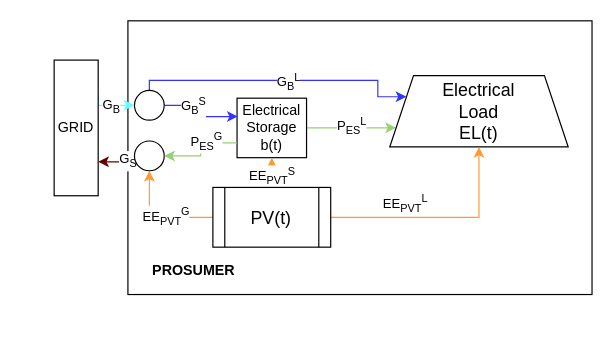
Above: EL.drawio in neethumaya/RoughWork (draw.io), before the change. Source tidied: cells renumbered, new cells numbered last; positions are measured from the earlier drawing's top-left corner, leaving out a move shared by most shapes. Both pictures are drawn from the tidied source at 119%, with x=0, y=0 at pixel (54, 20).
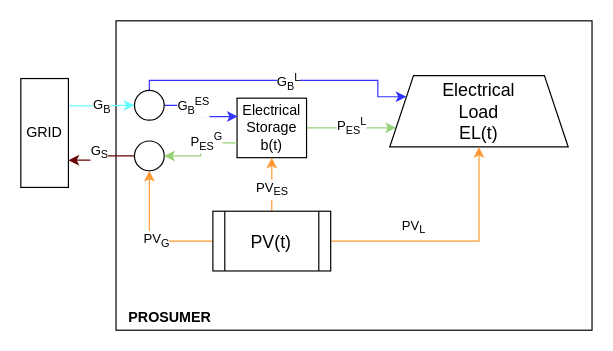
The same diagram, later.

Unchanged cells that the change refers to:
```xml
<mxCell id="9" value="Electrical &lt;br&gt;Load&lt;br&gt;EL(t)" style="shape=trapezoid;perimeter=trapezoidPerimeter;whiteSpace=wrap;html=1;fixedSize=1;fontSize=15;" parent="1" vertex="1">
  <mxGeometry x="282" y="46" width="150" height="60" as="geometry" />
</mxCell>
<mxCell id="10" style="edgeStyle=orthogonalEdgeStyle;rounded=0;jettySize=auto;html=1;exitX=0;exitY=0.5;exitDx=0;exitDy=0;entryX=0.5;entryY=1;entryDx=0;entryDy=0;strokeColor=#FF9933;" parent="1" edge="1" source="16" target="24">
  <mxGeometry relative="1" as="geometry" />
</mxCell>
<mxCell id="12" style="edgeStyle=orthogonalEdgeStyle;rounded=0;jettySize=auto;html=1;exitX=0.5;exitY=0;exitDx=0;exitDy=0;strokeColor=#FF9933;" parent="1" edge="1" source="16" target="8">
  <mxGeometry relative="1" as="geometry">
    <Array as="points">
      <mxPoint x="183" y="130" />
      <mxPoint x="183" y="130" />
    </Array>
  </mxGeometry>
</mxCell>
<mxCell id="19" style="edgeStyle=orthogonalEdgeStyle;rounded=0;jettySize=auto;html=1;exitX=1;exitY=0.5;exitDx=0;exitDy=0;entryX=0.01;entryY=0.309;entryDx=0;entryDy=0;strokeColor=#3333FF;entryPerimeter=0;" parent="1" edge="1" source="21" target="8">
  <mxGeometry relative="1" as="geometry" />
</mxCell>
<mxCell id="24" style="ellipse;whiteSpace=wrap;html=1;" parent="1" vertex="1">
  <mxGeometry x="67.5" y="101" width="25" height="25" as="geometry" />
</mxCell>
```

The edit, as a diff of the source:
```diff
@@
     <mxCell id="2" style="rounded=0;whiteSpace=wrap;html=1;" parent="1" vertex="1">
-      <mxGeometry x="62" width="390" height="230" as="geometry" />
+      <mxGeometry x="52" width="400" height="260" as="geometry" />
     </mxCell>
@@
     <mxCell id="5" value="GRID" style="rounded=0;whiteSpace=wrap;html=1;fontSize=12;" parent="1" vertex="1">
-      <mxGeometry y="33" width="37" height="114" as="geometry" />
+      <mxGeometry x="-28" y="48.5" width="40" height="91.5" as="geometry" />
     </mxCell>
@@
-    <mxCell id="11" value="EE&lt;sub&gt;PVT&lt;/sub&gt;&lt;sup&gt;G&lt;/sup&gt;" style="edgeLabel;html=1;align=center;verticalAlign=middle;" parent="10" vertex="1">
+    <mxCell id="11" value="PV&lt;sub&gt;G&lt;/sub&gt;" style="edgeLabel;html=1;align=center;verticalAlign=middle;" parent="10" vertex="1">
       <mxGeometry x="-0.14" y="-1" relative="1" as="geometry" />
     </mxCell>
@@
-    <mxCell id="13" value="EE&lt;sub&gt;PVT&lt;/sub&gt;&lt;sup&gt;S&lt;/sup&gt;" style="edgeLabel;html=1;align=center;verticalAlign=middle;" parent="12" vertex="1">
+    <mxCell id="13" value="PV&lt;sub&gt;ES&lt;/sub&gt;" style="edgeLabel;html=1;align=center;verticalAlign=middle;" parent="12" vertex="1">
       <mxGeometry x="-0.17" relative="1" as="geometry" />
     </mxCell>
     <mxCell id="14" style="edgeStyle=orthogonalEdgeStyle;rounded=0;jettySize=auto;html=1;exitX=1;exitY=0.5;exitDx=0;exitDy=0;strokeColor=#FF9933;entryX=0.5;entryY=1;entryDx=0;entryDy=0;" parent="1" edge="1" source="16" target="9">
       <mxGeometry relative="1" as="geometry">
         <Array as="points">
-          <mxPoint x="357" y="165" />
+          <mxPoint x="357" y="185" />
         </Array>
       </mxGeometry>
     </mxCell>
-    <mxCell id="15" value="EE&lt;sub&gt;PVT&lt;/sub&gt;&lt;sup&gt;L&lt;/sup&gt;" style="edgeLabel;html=1;align=center;verticalAlign=middle;" parent="14" vertex="1">
+    <mxCell id="15" value="PV&lt;sub&gt;L&lt;/sub&gt;" style="edgeLabel;html=1;align=center;verticalAlign=middle;" parent="14" vertex="1">
       <mxGeometry x="-0.32" y="-1" relative="1" as="geometry">
         <mxPoint y="-13.1" as="offset" />
       </mxGeometry>
     </mxCell>
     <mxCell id="16" value="PV(t)" style="shape=process;whiteSpace=wrap;html=1;backgroundOutline=1;fontSize=15;" parent="1" vertex="1">
-      <mxGeometry x="133.4" y="140" width="99" height="50.2" as="geometry" />
+      <mxGeometry x="133.4" y="160" width="99" height="50.2" as="geometry" />
     </mxCell>
@@
-    <mxCell id="20" value="G&lt;sub&gt;B&lt;/sub&gt;&lt;sup&gt;S&lt;/sup&gt;" style="edgeLabel;html=1;align=center;verticalAlign=middle;" parent="19" vertex="1">
+    <mxCell id="20" value="G&lt;sub&gt;B&lt;/sub&gt;&lt;sup&gt;ES&lt;/sup&gt;" style="edgeLabel;html=1;align=center;verticalAlign=middle;" parent="19" vertex="1">
       <mxGeometry x="-0.32" relative="1" as="geometry" />
     </mxCell>
@@
     <mxCell id="22" style="edgeStyle=orthogonalEdgeStyle;rounded=0;jettySize=auto;html=1;exitX=0;exitY=0.5;exitDx=0;exitDy=0;entryX=1;entryY=0.75;entryDx=0;entryDy=0;strokeColor=#660000;" parent="1" edge="1" source="24" target="5">
       <mxGeometry relative="1" as="geometry">
         <Array as="points">
-          <mxPoint x="68" y="118" />
-          <mxPoint x="37" y="118" />
+          <mxPoint x="37" y="114" />
+          <mxPoint x="37" y="117" />
+          <mxPoint x="12" y="117" />
         </Array>
       </mxGeometry>
     </mxCell>
     <mxCell id="23" value="G&lt;sub&gt;S&lt;/sub&gt;" style="edgeLabel;html=1;align=center;verticalAlign=middle;" parent="22" vertex="1">
-      <mxGeometry x="-0.39" y="-1" relative="1" as="geometry" />
+      <mxGeometry x="-0.39" y="-1" relative="1" as="geometry">
+        <mxPoint x="-11.7" y="-2" as="offset" />
+      </mxGeometry>
     </mxCell>
@@
     <mxCell id="27" value="PROSUMER" style="text;html=1;align=center;verticalAlign=middle;fontStyle=1;" parent="1" vertex="1">
-      <mxGeometry x="72" y="200" width="90" height="20" as="geometry" />
+      <mxGeometry x="52" y="240" width="90" height="20" as="geometry" />
     </mxCell>
```
